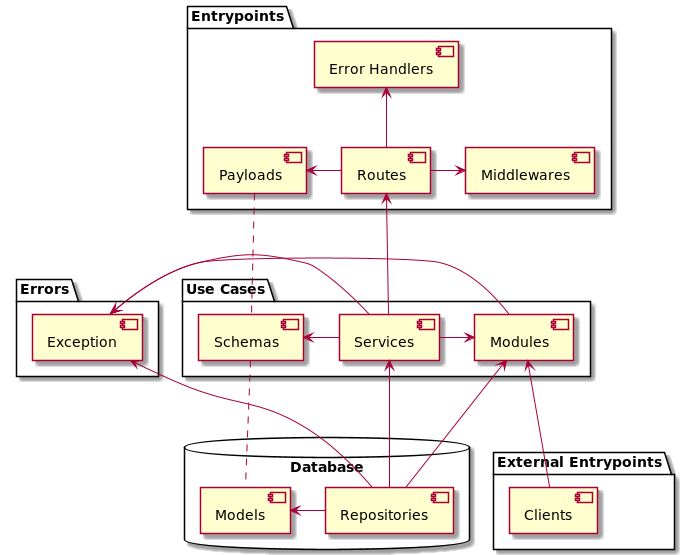
senavs/python-webservice-architecture keeps this PlantUML diagram as images/architecture/diagram.png. Above is the earlier version.
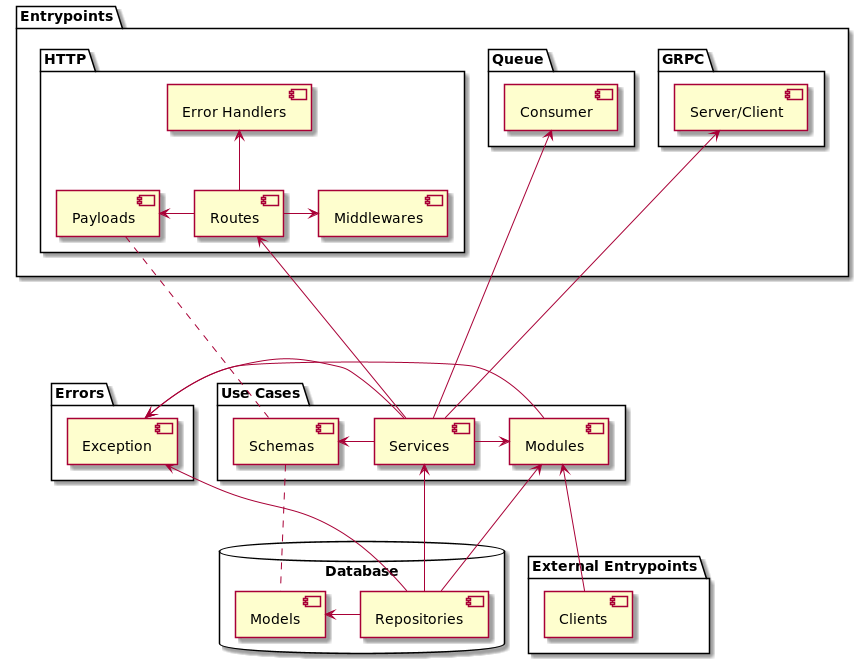
After the commit.

The edit, as a diff of the source:
```diff
@@ -1,9 +1,21 @@
 @startuml
 
 package "Entrypoints" {
-    [Error Handlers] <-- [Routes]
-    [Payloads] <- [Routes]
-    [Routes] -> [Middlewares]
+
+    package "HTTP" {
+        [Error Handlers] <-- [Routes]
+        [Payloads] <- [Routes]
+        [Routes] -> [Middlewares]
+   }
+
+   package "Queue" {
+        [Consumer]
+   }
+
+   package "GRPC" {
+        [Server/Client]
+   }
+
 }
 
 package "Errors" {
@@ -15,6 +27,8 @@
     [Schemas] <- [Services]
 
     [Routes] <--- [Services]
+    [Consumer] <----- [Services]
+    [Server/Client] <----- [Services]
     [Exception] <- [Services]
     [Exception] <- [Modules]
     [Payloads] ... [Schemas]
```
